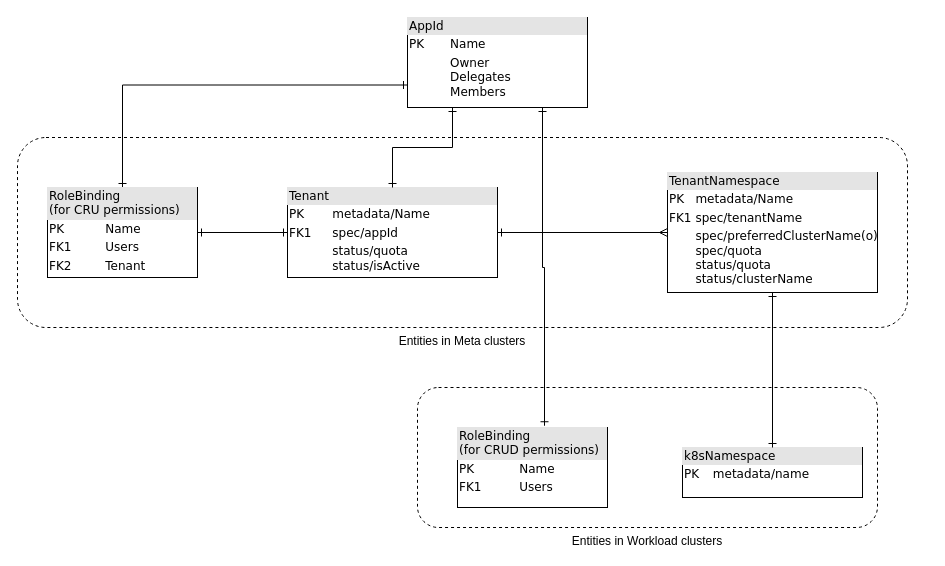
This is Solution2 TenantOperatorDataModel.drawio from Purushotham233/first_app, a draw.io file, before an edit. Source tidied: cells renumbered, new cells numbered last; positions are measured from the earlier drawing's top-left corner, leaving out a move shared by most shapes. Both pictures are drawn from the tidied source at 100%, with x=0, y=0 at pixel (17, 17).
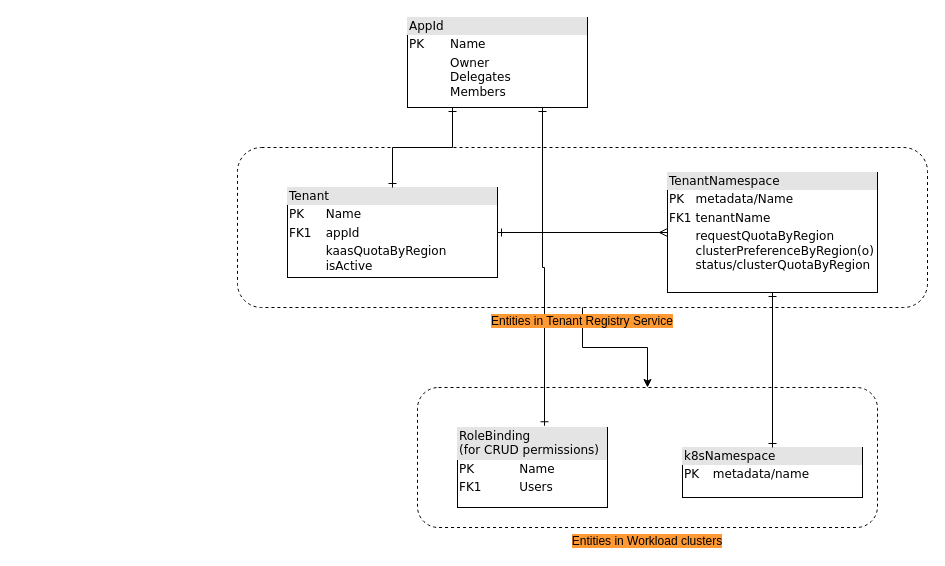
After the change.

The change refers to these unchanged cells:
```xml
<mxCell id="16" value="&lt;div style=&quot;box-sizing: border-box ; width: 100% ; background: #e4e4e4 ; padding: 2px&quot;&gt;AppId&lt;/div&gt;&lt;table style=&quot;width: 100% ; font-size: 1em&quot; cellpadding=&quot;2&quot; cellspacing=&quot;0&quot;&gt;&lt;tbody&gt;&lt;tr&gt;&lt;td&gt;PK&lt;/td&gt;&lt;td&gt;Name&lt;/td&gt;&lt;/tr&gt;&lt;tr&gt;&lt;td&gt;&lt;br&gt;&lt;/td&gt;&lt;td&gt;Owner&lt;br&gt;Delegates&lt;br&gt;Members&lt;/td&gt;&lt;/tr&gt;&lt;tr&gt;&lt;td&gt;&lt;/td&gt;&lt;td&gt;&lt;br&gt;&lt;/td&gt;&lt;/tr&gt;&lt;/tbody&gt;&lt;/table&gt;" style="verticalAlign=top;align=left;overflow=fill;html=1;rounded=0;shadow=0;comic=0;labelBackgroundColor=none;strokeWidth=1;fontFamily=Verdana;fontSize=12;" parent="1" vertex="1">
  <mxGeometry x="390" width="180" height="90" as="geometry" />
</mxCell>
```

The edit, as a diff of the source:
```diff
@@
-    <mxCell id="3" value="&lt;div style=&quot;box-sizing: border-box ; width: 100% ; background: #e4e4e4 ; padding: 2px&quot;&gt;Tenant&lt;/div&gt;&lt;table style=&quot;width: 100% ; font-size: 1em&quot; cellpadding=&quot;2&quot; cellspacing=&quot;0&quot;&gt;&lt;tbody&gt;&lt;tr&gt;&lt;td&gt;PK&lt;/td&gt;&lt;td&gt;metadata/Name&lt;/td&gt;&lt;/tr&gt;&lt;tr&gt;&lt;td&gt;FK1&lt;/td&gt;&lt;td&gt;spec/appId&lt;br&gt;&lt;/td&gt;&lt;/tr&gt;&lt;tr&gt;&lt;td&gt;&lt;/td&gt;&lt;td&gt;status/quota&lt;br&gt;status/isActive&lt;/td&gt;&lt;/tr&gt;&lt;/tbody&gt;&lt;/table&gt;" style="verticalAlign=top;align=left;overflow=fill;html=1;rounded=0;shadow=0;comic=0;labelBackgroundColor=none;strokeWidth=1;fontFamily=Verdana;fontSize=12;" parent="1" vertex="1">
+    <mxCell id="3" value="&lt;div style=&quot;box-sizing: border-box ; width: 100% ; background: #e4e4e4 ; padding: 2px&quot;&gt;Tenant&lt;/div&gt;&lt;table style=&quot;width: 100% ; font-size: 1em&quot; cellpadding=&quot;2&quot; cellspacing=&quot;0&quot;&gt;&lt;tbody&gt;&lt;tr&gt;&lt;td&gt;PK&lt;/td&gt;&lt;td&gt;Name&lt;/td&gt;&lt;/tr&gt;&lt;tr&gt;&lt;td&gt;FK1&lt;/td&gt;&lt;td&gt;appId&lt;br&gt;&lt;/td&gt;&lt;/tr&gt;&lt;tr&gt;&lt;td&gt;&lt;/td&gt;&lt;td&gt;kaasQuotaByRegion&lt;br&gt;isActive&lt;/td&gt;&lt;/tr&gt;&lt;/tbody&gt;&lt;/table&gt;" style="verticalAlign=top;align=left;overflow=fill;html=1;rounded=0;shadow=0;comic=0;labelBackgroundColor=none;strokeWidth=1;fontFamily=Verdana;fontSize=12;" parent="1" vertex="1">
       <mxGeometry x="270" y="170" width="210" height="90" as="geometry" />
     </mxCell>
@@
-    <mxCell id="10" value="&lt;div style=&quot;box-sizing: border-box ; width: 100% ; background: #e4e4e4 ; padding: 2px&quot;&gt;TenantNamespace&lt;/div&gt;&lt;table style=&quot;width: 100% ; font-size: 1em&quot; cellpadding=&quot;2&quot; cellspacing=&quot;0&quot;&gt;&lt;tbody&gt;&lt;tr&gt;&lt;td&gt;PK&lt;/td&gt;&lt;td&gt;metadata/Name&lt;/td&gt;&lt;/tr&gt;&lt;tr&gt;&lt;td&gt;FK1&lt;/td&gt;&lt;td&gt;spec/tenantName&lt;/td&gt;&lt;/tr&gt;&lt;tr&gt;&lt;td&gt;&lt;/td&gt;&lt;td&gt;spec/preferredClusterName(o)&lt;br&gt;spec/quota&lt;br&gt;status/quota&lt;br&gt;status/clusterName&lt;br&gt;&lt;br&gt;&lt;/td&gt;&lt;/tr&gt;&lt;/tbody&gt;&lt;/table&gt;" style="verticalAlign=top;align=left;overflow=fill;html=1;rounded=0;shadow=0;comic=0;labelBackgroundColor=none;strokeWidth=1;fontFamily=Verdana;fontSize=12;" parent="1" vertex="1">
+    <mxCell id="10" value="&lt;div style=&quot;box-sizing: border-box ; width: 100% ; background: #e4e4e4 ; padding: 2px&quot;&gt;TenantNamespace&lt;/div&gt;&lt;table style=&quot;width: 100% ; font-size: 1em&quot; cellpadding=&quot;2&quot; cellspacing=&quot;0&quot;&gt;&lt;tbody&gt;&lt;tr&gt;&lt;td&gt;PK&lt;/td&gt;&lt;td&gt;metadata/Name&lt;/td&gt;&lt;/tr&gt;&lt;tr&gt;&lt;td&gt;FK1&lt;/td&gt;&lt;td&gt;tenantName&lt;/td&gt;&lt;/tr&gt;&lt;tr&gt;&lt;td&gt;&lt;/td&gt;&lt;td&gt;requestQuotaByRegion&lt;br&gt;clusterPreferenceByRegion(o)&lt;br&gt;status/clusterQuotaByRegion&lt;br&gt;&lt;br&gt;&lt;br&gt;&lt;/td&gt;&lt;/tr&gt;&lt;/tbody&gt;&lt;/table&gt;" style="verticalAlign=top;align=left;overflow=fill;html=1;rounded=0;shadow=0;comic=0;labelBackgroundColor=none;strokeWidth=1;fontFamily=Verdana;fontSize=12;" parent="1" vertex="1">
       <mxGeometry x="650" y="155" width="210" height="120" as="geometry" />
     </mxCell>
@@
-    <mxCell id="14" style="edgeStyle=orthogonalEdgeStyle;rounded=0;jettySize=auto;html=1;exitX=0;exitY=0.75;exitDx=0;exitDy=0;startArrow=ERone;startFill=0;endArrow=ERone;endFill=0;" parent="1" edge="1" source="16" target="18">
-      <mxGeometry relative="1" as="geometry" />
-    </mxCell>
@@
-    <mxCell id="17" style="edgeStyle=orthogonalEdgeStyle;rounded=0;jettySize=auto;html=1;exitX=1;exitY=0.5;exitDx=0;exitDy=0;startArrow=ERone;startFill=0;endArrow=ERone;endFill=0;" parent="1" edge="1" source="18" target="3">
-      <mxGeometry relative="1" as="geometry" />
-    </mxCell>
-    <mxCell id="18" value="&lt;div style=&quot;box-sizing: border-box ; width: 100% ; background: #e4e4e4 ; padding: 2px&quot;&gt;RoleBinding&lt;br&gt;(for CRU permissions)&lt;/div&gt;&lt;table style=&quot;width: 100% ; font-size: 1em&quot; cellpadding=&quot;2&quot; cellspacing=&quot;0&quot;&gt;&lt;tbody&gt;&lt;tr&gt;&lt;td&gt;PK&lt;/td&gt;&lt;td&gt;Name&lt;/td&gt;&lt;/tr&gt;&lt;tr&gt;&lt;td&gt;FK1&lt;/td&gt;&lt;td&gt;Users&lt;br&gt;&lt;/td&gt;&lt;/tr&gt;&lt;tr&gt;&lt;td&gt;FK2&lt;/td&gt;&lt;td&gt;Tenant&lt;/td&gt;&lt;/tr&gt;&lt;/tbody&gt;&lt;/table&gt;" style="verticalAlign=top;align=left;overflow=fill;html=1;rounded=0;shadow=0;comic=0;labelBackgroundColor=none;strokeWidth=1;fontFamily=Verdana;fontSize=12;" parent="1" vertex="1">
-      <mxGeometry x="30" y="170" width="150" height="90" as="geometry" />
-    </mxCell>
@@
-    <mxCell id="20" value="Entities in Meta clusters" style="rounded=1;whiteSpace=wrap;html=1;fillColor=none;dashed=1;labelPosition=center;verticalLabelPosition=bottom;align=center;verticalAlign=top;" parent="1" vertex="1">
-      <mxGeometry y="120" width="890" height="190" as="geometry" />
-    </mxCell>
-    <mxCell id="21" value="Entities in Workload clusters" style="rounded=1;whiteSpace=wrap;html=1;dashed=1;fillColor=none;labelPosition=center;verticalLabelPosition=bottom;align=center;verticalAlign=top;" parent="1" vertex="1">
+    <mxCell id="21" value="&lt;span style=&quot;background-color: rgb(255 , 153 , 51)&quot;&gt;Entities in Workload clusters&lt;/span&gt;" style="rounded=1;whiteSpace=wrap;html=1;dashed=1;fillColor=none;labelPosition=center;verticalLabelPosition=bottom;align=center;verticalAlign=top;" parent="1" vertex="1">
       <mxGeometry x="400" y="370" width="460" height="140" as="geometry" />
     </mxCell>
+    <mxCell id="22" style="edgeStyle=orthogonalEdgeStyle;rounded=0;jettySize=auto;html=1;" parent="1" edge="1" source="23" target="21">
+      <mxGeometry relative="1" as="geometry" />
+    </mxCell>
+    <mxCell id="23" value="&lt;span style=&quot;background-color: rgb(255 , 153 , 51)&quot;&gt;Entities in Tenant Registry Service&lt;/span&gt;" style="rounded=1;whiteSpace=wrap;html=1;dashed=1;fillColor=none;labelPosition=center;verticalLabelPosition=bottom;align=center;verticalAlign=top;" parent="1" vertex="1">
+      <mxGeometry x="220" y="130" width="690" height="160" as="geometry" />
+    </mxCell>
```
